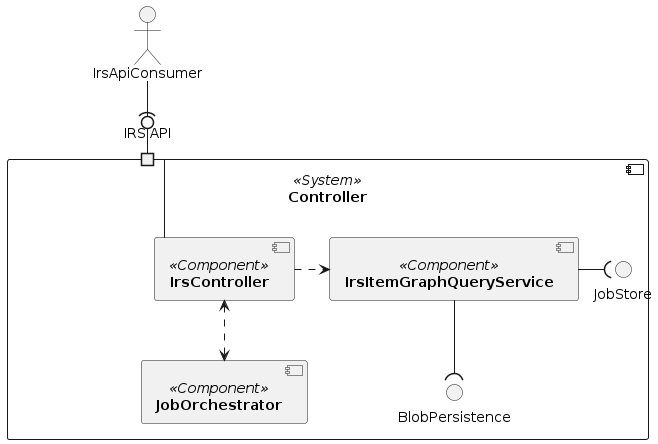
catenax-ng/tx-item-relationship-service keeps this PlantUML diagram as docs/assets/arc42/arc42_004.png. Above is the earlier version.
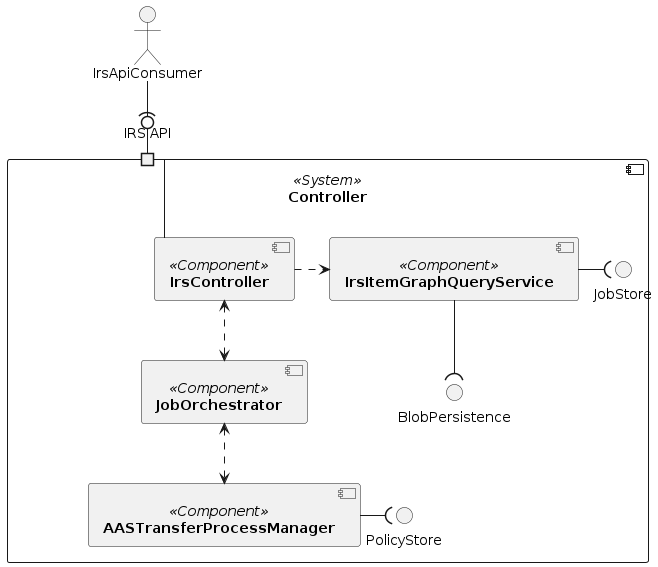
The same file after the commit.

Diff of the diagram source:
```diff
@@ -12,13 +12,18 @@
     interface JobStore
     interface BlobPersistence
     IrsController .>  IrsItemGraphQueryService
+    component [**AASTransferProcessManager**] <<Component>> as AASTransferProcessManager
+    interface PolicyStore
+ }
 
+  actor IrsApiConsumer
 
-    }
-    actor IrsApiConsumer
-        IrsController <..> JobOrchestrator
-        IrsController -up- API_PORT
-        IrsApiConsumer -(0- API_PORT
-        IrsItemGraphQueryService -( JobStore
-        IrsItemGraphQueryService --( BlobPersistence
+  IrsController <..> JobOrchestrator
+  IrsController -up- API_PORT
+  IrsApiConsumer -(0- API_PORT
+  IrsItemGraphQueryService -( JobStore
+  IrsItemGraphQueryService --( BlobPersistence
+  JobOrchestrator <..> AASTransferProcessManager
+  AASTransferProcessManager -( PolicyStore
+
 @enduml
```
